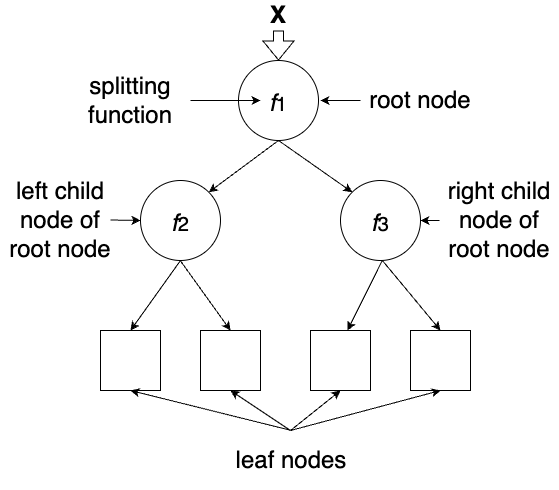
Earlier version of the draw.io export Untitled Diagram.drawio.png (FanGuozheng/dftbpy). Source tidied: cells renumbered, new cells last; positions are measured from the earlier drawing's top-left corner, leaving out a move shared by most shapes.
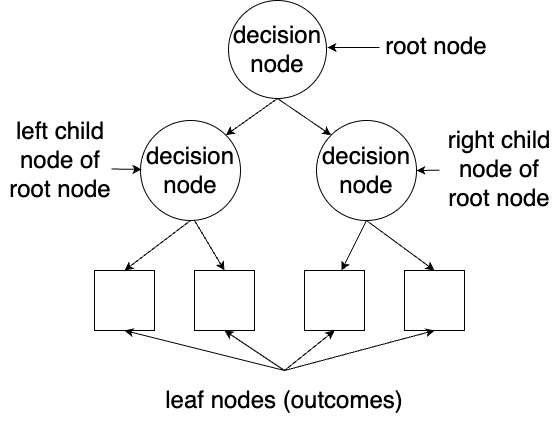
Above is the later version.

Change to the diagram source:
```diff
@@ -2,14 +2,14 @@
   <root>
     <mxCell id="0" />
     <mxCell id="1" parent="0" />
-    <mxCell id="2" value="&lt;font style=&quot;font-size: 24px;&quot;&gt;&lt;font style=&quot;vertical-align: sub; font-size: 24px;&quot;&gt;&lt;i&gt;f&lt;/i&gt;&lt;/font&gt;&lt;font style=&quot;font-size: 24px;&quot;&gt;&lt;sub&gt;1&lt;/sub&gt;&lt;/font&gt;&lt;/font&gt;" style="ellipse;whiteSpace=wrap;html=1;" parent="1" vertex="1">
-      <mxGeometry x="238" y="60" width="80" height="80" as="geometry" />
+    <mxCell id="2" value="&lt;font style=&quot;font-size: 24px;&quot;&gt;decision node&lt;/font&gt;" style="ellipse;whiteSpace=wrap;html=1;" parent="1" vertex="1">
+      <mxGeometry x="234" y="60" width="98" height="98" as="geometry" />
     </mxCell>
-    <mxCell id="3" value="&lt;font style=&quot;font-size: 24px;&quot;&gt;&lt;font style=&quot;vertical-align: sub; font-size: 24px;&quot;&gt;&lt;i&gt;f&lt;/i&gt;&lt;/font&gt;&lt;font style=&quot;font-size: 24px;&quot;&gt;&lt;sub&gt;2&lt;/sub&gt;&lt;/font&gt;&lt;/font&gt;" style="ellipse;whiteSpace=wrap;html=1;" parent="1" vertex="1">
-      <mxGeometry x="140" y="180" width="80" height="80" as="geometry" />
+    <mxCell id="3" value="&lt;font style=&quot;font-size: 24px;&quot;&gt;decision node&lt;/font&gt;" style="ellipse;whiteSpace=wrap;html=1;" parent="1" vertex="1">
+      <mxGeometry x="146" y="180" width="100" height="100" as="geometry" />
     </mxCell>
-    <mxCell id="4" value="&lt;font style=&quot;font-size: 24px;&quot;&gt;&lt;font style=&quot;vertical-align: sub; font-size: 24px;&quot;&gt;&lt;i&gt;f&lt;/i&gt;&lt;/font&gt;&lt;font style=&quot;font-size: 24px;&quot;&gt;&lt;sub&gt;3&lt;/sub&gt;&lt;/font&gt;&lt;/font&gt;" style="ellipse;whiteSpace=wrap;html=1;" parent="1" vertex="1">
-      <mxGeometry x="340" y="180" width="80" height="80" as="geometry" />
+    <mxCell id="4" value="&lt;font style=&quot;font-size: 24px;&quot;&gt;decision node&lt;/font&gt;" style="ellipse;whiteSpace=wrap;html=1;" parent="1" vertex="1">
+      <mxGeometry x="322" y="180" width="100" height="100" as="geometry" />
     </mxCell>
     <mxCell id="5" style="endArrow=classic;html=1;rounded=0;exitX=0.5;exitY=1;exitDx=0;exitDy=0;entryX=1;entryY=0;entryDx=0;entryDy=0;" parent="1" edge="1" source="2" target="3">
       <mxGeometry relative="1" as="geometry" />
@@ -22,50 +22,37 @@
         <mxPoint x="130" y="330" as="targetPoint" />
       </mxGeometry>
     </mxCell>
-    <mxCell id="8" style="endArrow=classic;html=1;rounded=0;exitX=0.5;exitY=1;exitDx=0;exitDy=0;entryX=0.5;entryY=0;entryDx=0;entryDy=0;" parent="1" edge="1">
+    <mxCell id="8" style="endArrow=classic;html=1;rounded=0;entryX=0.5;entryY=0;entryDx=0;entryDy=0;" parent="1" edge="1">
       <mxGeometry relative="1" as="geometry">
-        <mxPoint x="179.7" y="260" as="sourcePoint" />
+        <mxPoint x="200" y="280" as="sourcePoint" />
         <mxPoint x="230" y="330" as="targetPoint" />
       </mxGeometry>
     </mxCell>
-    <mxCell id="9" style="endArrow=classic;html=1;rounded=0;exitX=0.5;exitY=1;exitDx=0;exitDy=0;entryX=0.5;entryY=0;entryDx=0;entryDy=0;" parent="1" edge="1">
+    <mxCell id="9" style="endArrow=classic;html=1;rounded=0;entryX=0.5;entryY=0;entryDx=0;entryDy=0;exitX=0.5;exitY=1;exitDx=0;exitDy=0;" parent="1" edge="1" source="4">
       <mxGeometry relative="1" as="geometry">
-        <mxPoint x="381.9" y="260" as="sourcePoint" />
         <mxPoint x="440" y="330" as="targetPoint" />
       </mxGeometry>
     </mxCell>
-    <mxCell id="10" style="endArrow=classic;html=1;rounded=0;exitX=0.5;exitY=1;exitDx=0;exitDy=0;entryX=0.5;entryY=0;entryDx=0;entryDy=0;" parent="1" edge="1">
+    <mxCell id="10" style="endArrow=classic;html=1;rounded=0;exitX=0.5;exitY=1;exitDx=0;exitDy=0;entryX=0.5;entryY=0;entryDx=0;entryDy=0;" parent="1" edge="1" source="4">
       <mxGeometry relative="1" as="geometry">
-        <mxPoint x="381.9" y="260" as="sourcePoint" />
         <mxPoint x="347" y="330" as="targetPoint" />
       </mxGeometry>
     </mxCell>
     <mxCell id="11" value="&lt;font style=&quot;font-size: 24px;&quot;&gt;root node&lt;/font&gt;" style="rounded=0;whiteSpace=wrap;html=1;strokeWidth=0;strokeColor=none;fillColor=none;" parent="1" vertex="1">
-      <mxGeometry x="360" y="70" width="120" height="60" as="geometry" />
+      <mxGeometry x="382" y="76" width="120" height="60" as="geometry" />
     </mxCell>
-    <mxCell id="12" value="&lt;font style=&quot;font-size: 24px;&quot;&gt;leaf nodes&lt;/font&gt;" style="rounded=0;whiteSpace=wrap;html=1;strokeWidth=0;strokeColor=none;fillColor=none;" parent="1" vertex="1">
-      <mxGeometry x="190" y="430" width="202" height="60" as="geometry" />
+    <mxCell id="12" value="&lt;font style=&quot;font-size: 24px;&quot;&gt;leaf nodes (outcomes)&lt;/font&gt;" style="rounded=0;whiteSpace=wrap;html=1;strokeWidth=0;strokeColor=none;fillColor=none;" parent="1" vertex="1">
+      <mxGeometry x="120" y="430" width="340" height="60" as="geometry" />
     </mxCell>
-    <mxCell id="13" value="&lt;font style=&quot;font-size: 24px;&quot;&gt;&lt;b&gt;X&lt;/b&gt;&lt;/font&gt;" style="rounded=0;whiteSpace=wrap;html=1;strokeWidth=0;strokeColor=none;fillColor=none;" parent="1" vertex="1">
-      <mxGeometry x="218" width="120" height="30" as="geometry" />
-    </mxCell>
-    <mxCell id="14" style="shape=flexArrow;endArrow=classic;html=1;rounded=0;fontSize=24;exitX=0.5;exitY=1;exitDx=0;exitDy=0;" parent="1" edge="1" source="13" target="2">
-      <mxGeometry relative="1" as="geometry" />
-    </mxCell>
     <mxCell id="15" style="rounded=0;whiteSpace=wrap;html=1;" parent="1" vertex="1">
       <mxGeometry x="100" y="330" width="60" height="60" as="geometry" />
     </mxCell>
-    <mxCell id="16" value="&lt;font style=&quot;font-size: 24px;&quot;&gt;splitting function&lt;/font&gt;" style="rounded=0;whiteSpace=wrap;html=1;strokeWidth=0;strokeColor=none;fillColor=none;" parent="1" vertex="1">
-      <mxGeometry x="70" y="70" width="120" height="60" as="geometry" />
-    </mxCell>
-    <mxCell id="17" style="endArrow=classic;html=1;rounded=0;exitX=0;exitY=0.5;exitDx=0;exitDy=0;" parent="1" edge="1" source="11">
+    <mxCell id="17" style="endArrow=classic;html=1;rounded=0;exitX=0;exitY=0.5;exitDx=0;exitDy=0;" parent="1" edge="1">
       <mxGeometry relative="1" as="geometry">
-        <mxPoint x="320" y="100" as="targetPoint" />
+        <mxPoint x="385" y="107" as="sourcePoint" />
+        <mxPoint x="333" y="107" as="targetPoint" />
       </mxGeometry>
     </mxCell>
-    <mxCell id="18" style="endArrow=classic;html=1;rounded=0;exitX=1;exitY=0.5;exitDx=0;exitDy=0;entryX=0.275;entryY=0.5;entryDx=0;entryDy=0;entryPerimeter=0;" parent="1" edge="1" source="16" target="2">
-      <mxGeometry relative="1" as="geometry" />
-    </mxCell>
     <mxCell id="19" style="rounded=0;whiteSpace=wrap;html=1;" parent="1" vertex="1">
       <mxGeometry x="200" y="330" width="60" height="60" as="geometry" />
     </mxCell>
@@ -76,16 +63,16 @@
       <mxGeometry x="310" y="330" width="60" height="60" as="geometry" />
     </mxCell>
     <mxCell id="22" value="&lt;font style=&quot;font-size: 24px;&quot;&gt;left child node of root node&lt;/font&gt;" style="rounded=0;whiteSpace=wrap;html=1;strokeWidth=0;strokeColor=none;fillColor=none;" parent="1" vertex="1">
-      <mxGeometry y="190" width="120" height="60" as="geometry" />
+      <mxGeometry x="6" y="190" width="120" height="60" as="geometry" />
     </mxCell>
     <mxCell id="23" style="endArrow=classic;html=1;rounded=0;exitX=1;exitY=0.5;exitDx=0;exitDy=0;" parent="1" edge="1">
       <mxGeometry relative="1" as="geometry">
-        <mxPoint x="110" y="219.5" as="sourcePoint" />
-        <mxPoint x="140" y="220" as="targetPoint" />
+        <mxPoint x="117" y="228.5" as="sourcePoint" />
+        <mxPoint x="147" y="229" as="targetPoint" />
       </mxGeometry>
     </mxCell>
     <mxCell id="24" value="&lt;font style=&quot;font-size: 24px;&quot;&gt;right child node of root node&lt;/font&gt;" style="rounded=0;whiteSpace=wrap;html=1;strokeWidth=0;strokeColor=none;fillColor=none;" parent="1" vertex="1">
-      <mxGeometry x="439" y="190" width="120" height="60" as="geometry" />
+      <mxGeometry x="445" y="199" width="120" height="60" as="geometry" />
     </mxCell>
     <mxCell id="25" style="endArrow=classic;html=1;rounded=0;entryX=1;entryY=0.5;entryDx=0;entryDy=0;" parent="1" edge="1" source="24" target="4">
       <mxGeometry relative="1" as="geometry" />
```
